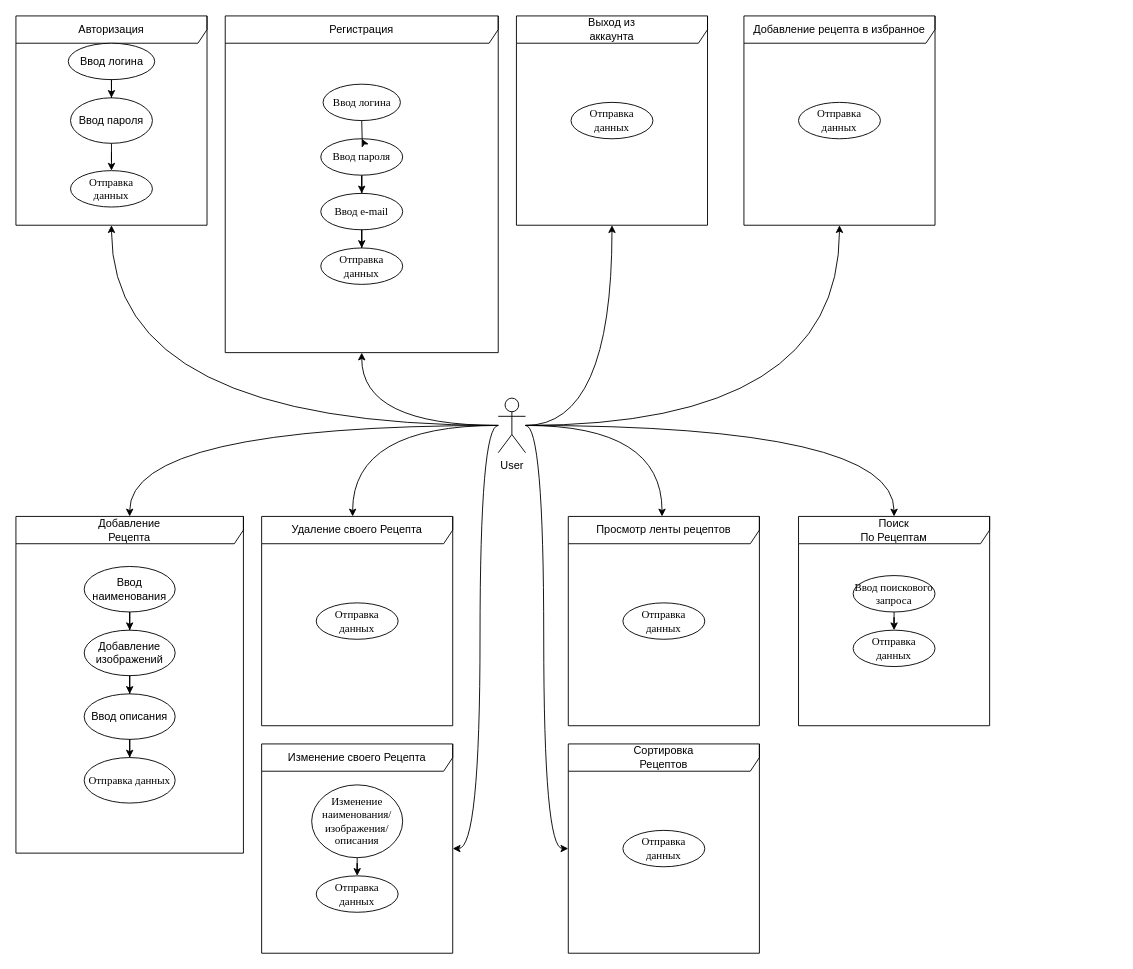
Above: page "UseCase" (2 of 9) of Resourses/PelmenaraUML.drawio in KoinGG/Pelmenara (draw.io), before the change. Source tidied: cells renumbered, new cells numbered last; positions are measured from the earlier drawing's top-left corner, leaving out a move shared by most shapes. Both pictures are drawn from the tidied source at 91%, with x=0, y=0 at pixel (15, 15).
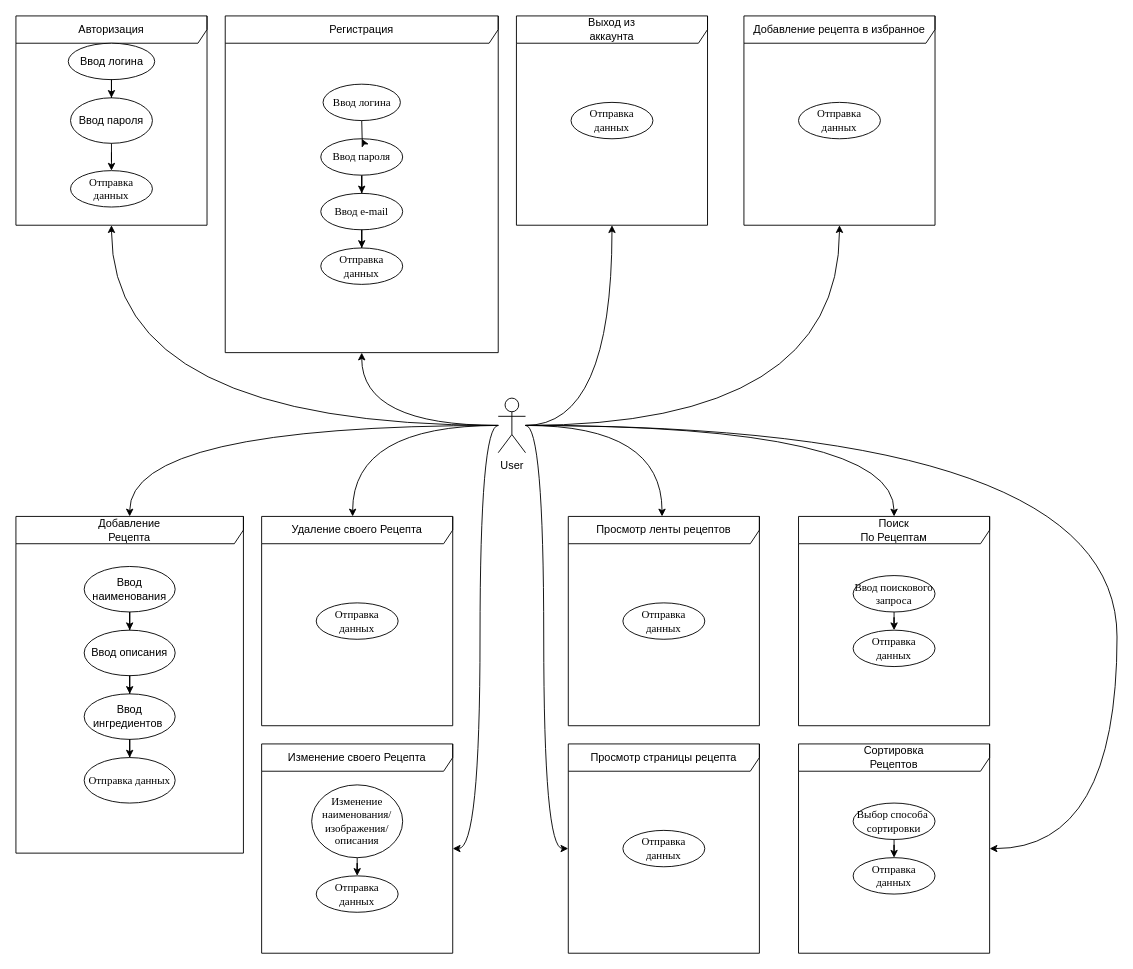
The same diagram, later.

The change refers to these unchanged cells:
```xml
<mxCell id="9" style="group;" parent="1" vertex="1">
  <mxGeometry y="550" width="250" height="370" as="geometry" />
</mxCell>
<mxCell id="44" value="Сортировка&lt;br&gt;Рецептов" style="shape=umlFrame;whiteSpace=wrap;html=1;width=210;height=30;" parent="43" vertex="1">
  <mxGeometry width="210" height="230" as="geometry" />
</mxCell>
<mxCell id="56" value="User" style="shape=umlActor;verticalLabelPosition=bottom;verticalAlign=top;html=1;" parent="1" vertex="1">
  <mxGeometry x="530" y="420" width="30" height="60" as="geometry" />
</mxCell>
```

The edit, as a diff of the source:
```diff
@@
-    <mxCell id="12" value="Добавление изображений" style="ellipse;whiteSpace=wrap;html=1;" parent="9" vertex="1">
+    <mxCell id="12" value="Ввод описания" style="ellipse;whiteSpace=wrap;html=1;" parent="9" vertex="1">
       <mxGeometry x="75" y="125" width="100" height="50" as="geometry" />
     </mxCell>
@@
-    <mxCell id="14" value="Ввод описания" style="ellipse;whiteSpace=wrap;html=1;" parent="9" vertex="1">
+    <mxCell id="14" value="Ввод ингредиентов&amp;nbsp;" style="ellipse;whiteSpace=wrap;html=1;" parent="9" vertex="1">
       <mxGeometry x="75" y="195" width="100" height="50" as="geometry" />
     </mxCell>
@@
     <mxCell id="43" style="group;" parent="1" vertex="1">
-      <mxGeometry x="607" y="800" width="210" height="230" as="geometry" />
+      <mxGeometry x="860" y="800" width="210" height="230" as="geometry" />
     </mxCell>
@@
-    <mxCell id="45" value="Отправка данных" style="ellipse;whiteSpace=wrap;html=1;fontFamily=Times New Roman;fontSize=12;" parent="43" vertex="1">
-      <mxGeometry x="60" y="95" width="90" height="40" as="geometry" />
-    </mxCell>
+    <mxCell id="63" value="Отправка данных" style="ellipse;whiteSpace=wrap;html=1;fontFamily=Times New Roman;fontSize=12;" parent="43" vertex="1">
+      <mxGeometry x="60" y="125" width="90" height="40" as="geometry" />
+    </mxCell>
+    <mxCell id="64" style="edgeStyle=orthogonalEdgeStyle;curved=1;rounded=0;jettySize=auto;html=1;" parent="43" edge="1" source="65" target="63">
+      <mxGeometry relative="1" as="geometry" />
+    </mxCell>
+    <mxCell id="65" value="Выбор способа&amp;nbsp;&lt;br&gt;сортировки" style="ellipse;whiteSpace=wrap;html=1;fontFamily=Times New Roman;fontSize=12;" parent="43" vertex="1">
+      <mxGeometry x="60" y="65" width="90" height="40" as="geometry" />
+    </mxCell>
@@
-    <mxCell id="49" style="edgeStyle=orthogonalEdgeStyle;curved=1;rounded=0;jettySize=auto;html=1;" parent="1" edge="1" source="56" target="44">
+    <mxCell id="49" style="edgeStyle=orthogonalEdgeStyle;curved=1;rounded=0;jettySize=auto;html=1;" parent="1" edge="1" source="56" target="68">
       <mxGeometry relative="1" as="geometry">
         <Array as="points">
           <mxPoint x="580" y="450" />
           <mxPoint x="580" y="915" />
         </Array>
       </mxGeometry>
     </mxCell>
@@
+    <mxCell id="66" style="edgeStyle=orthogonalEdgeStyle;rounded=0;jettySize=auto;html=1;curved=1;" parent="1" edge="1" source="56" target="44">
+      <mxGeometry relative="1" as="geometry">
+        <Array as="points">
+          <mxPoint x="1210" y="450" />
+          <mxPoint x="1210" y="915" />
+        </Array>
+      </mxGeometry>
+    </mxCell>
@@
+    <mxCell id="67" style="group;" parent="1" vertex="1">
+      <mxGeometry x="607" y="800" width="210" height="230" as="geometry" />
+    </mxCell>
+    <mxCell id="68" value="Просмотр страницы рецепта" style="shape=umlFrame;whiteSpace=wrap;html=1;width=210;height=30;" parent="67" vertex="1">
+      <mxGeometry width="210" height="230" as="geometry" />
+    </mxCell>
+    <mxCell id="45" value="Отправка данных" style="ellipse;whiteSpace=wrap;html=1;fontFamily=Times New Roman;fontSize=12;" parent="67" vertex="1">
+      <mxGeometry x="60" y="95" width="90" height="40" as="geometry" />
+    </mxCell>
```
